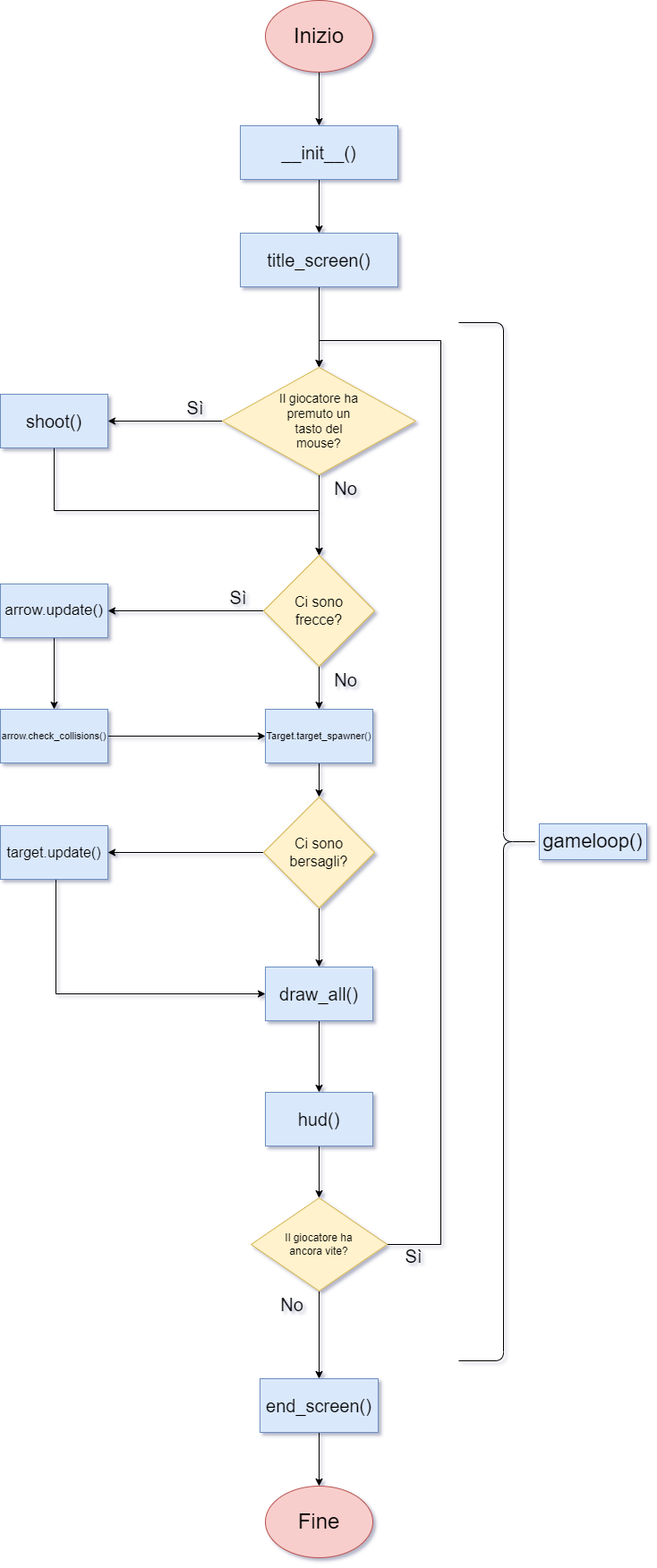
Above: diagramma-gioco.png in GabrieleFerrante/barraCatalanoFerranteRussoPy (draw.io), before the change. Source tidied: cells renumbered, new cells last; positions are measured from the earlier drawing's top-left corner, leaving out a move shared by most shapes.
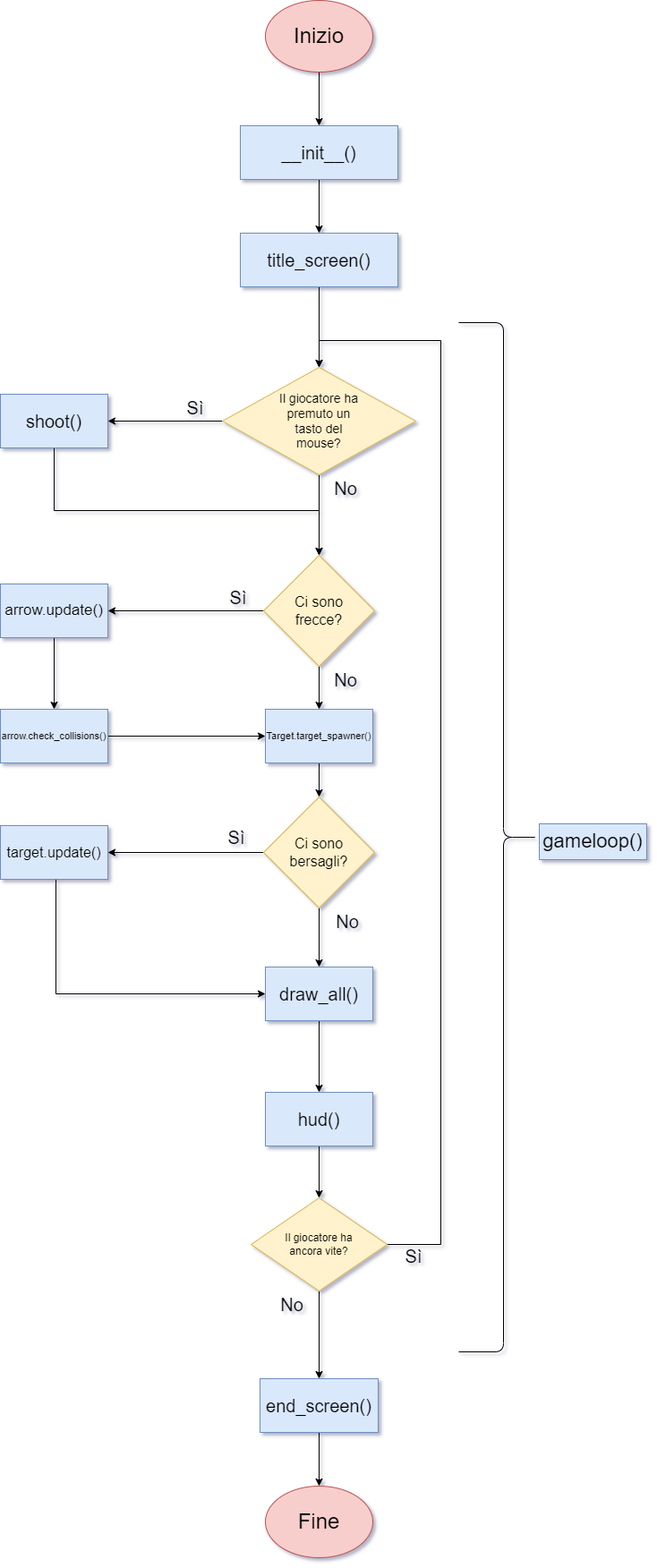
After the commit.

Commit message:
corretto errore nel diagramma

Change to the diagram source:
```diff
@@ -104,7 +104,7 @@
       <mxGeometry x="432" y="1388" width="60" height="30" as="geometry" />
     </mxCell>
     <mxCell id="32" style="shape=curlyBracket;whiteSpace=wrap;html=1;rounded=1;flipH=1;shadow=0;fontSize=20;size=0.4444444444444444;" parent="1" vertex="1">
-      <mxGeometry x="512" y="360" width="90" height="1160" as="geometry" />
+      <mxGeometry x="512" y="360" width="90" height="1150" as="geometry" />
     </mxCell>
     <mxCell id="33" value="&lt;font style=&quot;font-size: 22px&quot;&gt;gameloop()&lt;/font&gt;" style="text;html=1;strokeColor=#6C8EBF;fillColor=#DAE8FC;align=center;verticalAlign=middle;whiteSpace=wrap;rounded=0;shadow=0;fontSize=20;" parent="1" vertex="1">
       <mxGeometry x="602" y="920" width="120" height="40" as="geometry" />
@@ -146,5 +146,11 @@
     <mxCell id="44" value="&lt;font style=&quot;font-size: 20px&quot;&gt;end_screen()&lt;/font&gt;" style="whiteSpace=wrap;html=1;fillColor=#dae8fc;strokeColor=#6c8ebf;shadow=0;" parent="1" vertex="1">
       <mxGeometry x="290" y="1540" width="132" height="60" as="geometry" />
     </mxCell>
+    <mxCell id="45" value="No" style="text;html=1;strokeColor=none;fillColor=none;align=center;verticalAlign=middle;whiteSpace=wrap;rounded=0;shadow=0;fontSize=20;" parent="1" vertex="1">
+      <mxGeometry x="358" y="1014" width="60" height="30" as="geometry" />
+    </mxCell>
+    <mxCell id="46" value="Sì" style="text;html=1;strokeColor=none;fillColor=none;align=center;verticalAlign=middle;whiteSpace=wrap;rounded=0;shadow=0;fontSize=20;" parent="1" vertex="1">
+      <mxGeometry x="234" y="920" width="60" height="30" as="geometry" />
+    </mxCell>
   </root>
 </mxGraphModel>
```
